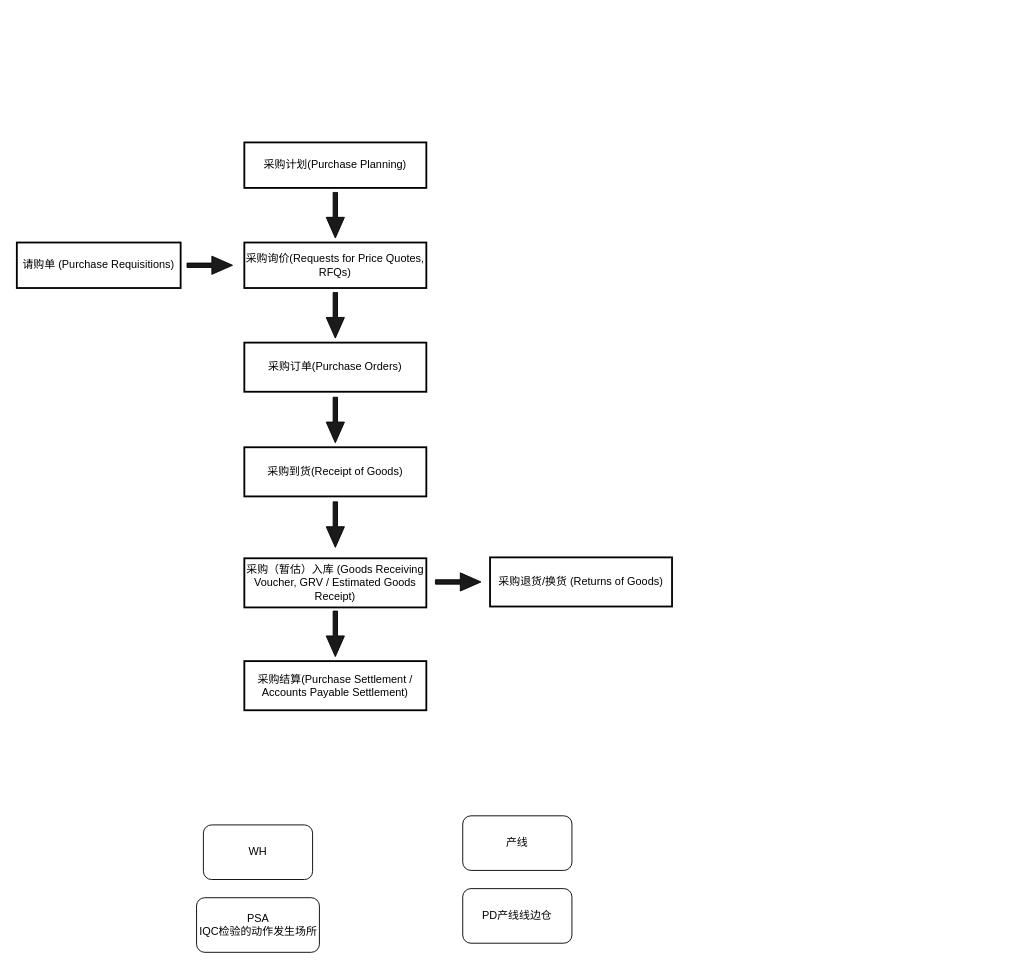
Earlier version of the draw.io diagram ERP.drawio (CJyoung524/DrawIO). Source tidied: cells renumbered, new cells numbered last; positions are measured from the earlier drawing's top-left corner, leaving out a move shared by most shapes. Both pictures are drawn from the tidied source at 91%, with x=0, y=0 at pixel (16, 142).
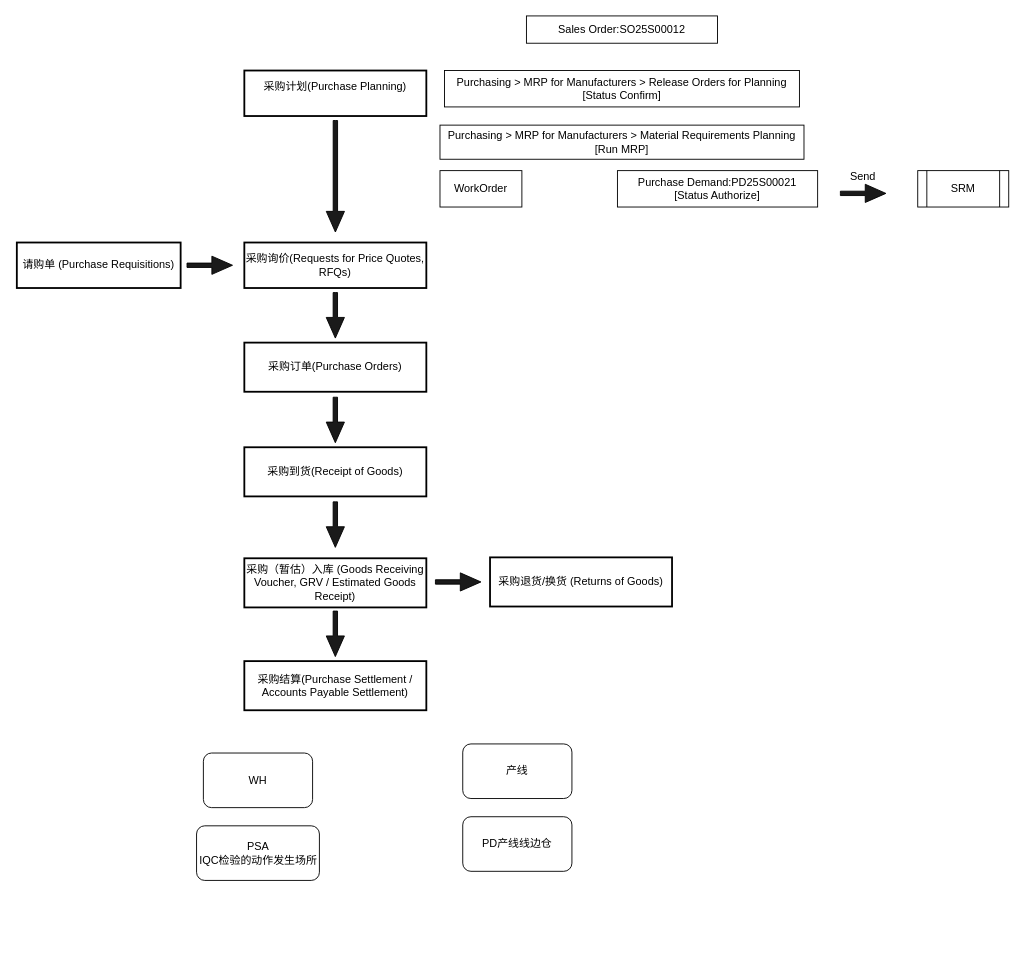
Above is the later version.

What changed in the source:
```diff
@@
-    <mxCell id="2" value="采购计划(Purchase Planning)" style="whiteSpace=wrap;strokeWidth=2;" parent="1" vertex="1">
-      <mxGeometry x="250" width="200" height="50" as="geometry" />
+    <mxCell id="2" value="采购计划(Purchase Planning)&#10;" style="whiteSpace=wrap;strokeWidth=2;" parent="1" vertex="1">
+      <mxGeometry x="250" y="-79" width="200" height="50" as="geometry" />
     </mxCell>
@@
     <mxCell id="12" style="html=1;shadow=0;dashed=0;align=center;verticalAlign=middle;shape=mxgraph.arrows2.arrow;dy=0.76;dx=22.67;notch=0;fillColor=#1A1A1A;rotation=90;" parent="1" vertex="1">
-      <mxGeometry x="325" y="70" width="50" height="20" as="geometry" />
+      <mxGeometry x="288.8" y="27.2" width="122.5" height="20" as="geometry" />
     </mxCell>
@@
     <mxCell id="17" value="WH" style="rounded=1;whiteSpace=wrap;html=1;" parent="1" vertex="1">
-      <mxGeometry x="205" y="750" width="120" height="60" as="geometry" />
+      <mxGeometry x="205" y="671" width="120" height="60" as="geometry" />
     </mxCell>
     <mxCell id="18" value="PSA&lt;div&gt;IQC检验的动作发生场所&lt;/div&gt;" style="rounded=1;whiteSpace=wrap;html=1;" parent="1" vertex="1">
-      <mxGeometry x="197.5" y="830" width="135" height="60" as="geometry" />
+      <mxGeometry x="197.5" y="751" width="135" height="60" as="geometry" />
     </mxCell>
     <mxCell id="19" value="PD产线线边仓" style="rounded=1;whiteSpace=wrap;html=1;" parent="1" vertex="1">
-      <mxGeometry x="490" y="820" width="120" height="60" as="geometry" />
+      <mxGeometry x="490" y="741" width="120" height="60" as="geometry" />
     </mxCell>
     <mxCell id="20" value="产线" style="rounded=1;whiteSpace=wrap;html=1;" parent="1" vertex="1">
-      <mxGeometry x="490" y="740" width="120" height="60" as="geometry" />
+      <mxGeometry x="490" y="661" width="120" height="60" as="geometry" />
     </mxCell>
+    <mxCell id="21" value="Purchasing &amp;gt; MRP for Manufacturers &amp;gt; Release Orders for Planning&lt;div&gt;[Status Confirm]&lt;/div&gt;" style="whiteSpace=wrap;html=1;" parent="1" vertex="1">
+      <mxGeometry x="470" y="-79" width="390" height="40" as="geometry" />
+    </mxCell>
+    <mxCell id="22" value="Sales Order:SO25S00012" style="whiteSpace=wrap;html=1;" parent="1" vertex="1">
+      <mxGeometry x="560" y="-139" width="210" height="30" as="geometry" />
+    </mxCell>
+    <mxCell id="23" value="Purchasing &amp;gt; MRP for Manufacturers &amp;gt; Material Requirements Planning&lt;div&gt;[Run MRP]&lt;/div&gt;" style="whiteSpace=wrap;html=1;" parent="1" vertex="1">
+      <mxGeometry x="465" y="-19" width="400" height="37.5" as="geometry" />
+    </mxCell>
+    <mxCell id="24" value="WorkOrder" style="rounded=0;whiteSpace=wrap;html=1;" parent="1" vertex="1">
+      <mxGeometry x="465" y="31" width="90" height="40" as="geometry" />
+    </mxCell>
+    <mxCell id="25" value="Purchase Demand:PD25S00021&lt;div&gt;[Status Authorize]&lt;/div&gt;" style="rounded=0;whiteSpace=wrap;html=1;" parent="1" vertex="1">
+      <mxGeometry x="660" y="31" width="220" height="40" as="geometry" />
+    </mxCell>
+    <mxCell id="26" value="SRM" style="shape=process;whiteSpace=wrap;html=1;backgroundOutline=1;" parent="1" vertex="1">
+      <mxGeometry x="990" y="31" width="100" height="40" as="geometry" />
+    </mxCell>
+    <mxCell id="27" style="group;" parent="1" vertex="1">
+      <mxGeometry x="900" y="23" width="60" height="43" as="geometry" />
+    </mxCell>
+    <mxCell id="28" style="html=1;shadow=0;dashed=0;align=center;verticalAlign=middle;shape=mxgraph.arrows2.arrow;dy=0.76;dx=22.67;notch=0;fillColor=#1A1A1A;" parent="27" vertex="1">
+      <mxGeometry x="5" y="23" width="50" height="20" as="geometry" />
+    </mxCell>
+    <mxCell id="29" value="Send" style="text;html=1;align=center;verticalAlign=middle;whiteSpace=wrap;rounded=0;" parent="27" vertex="1">
+      <mxGeometry width="60" height="30" as="geometry" />
+    </mxCell>
```
